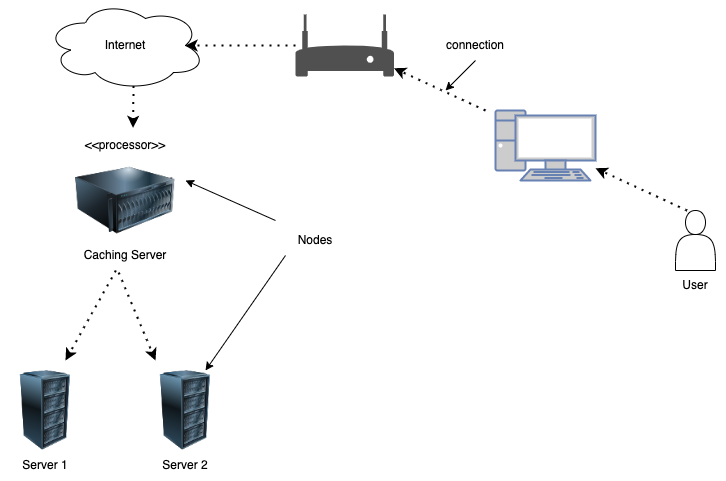
The draw.io diagram Deployment.drawio.png in Mitansh007/SE, before a commit. Source tidied: cells renumbered, new cells last; positions are measured from the earlier drawing's top-left corner, leaving out a move shared by most shapes.
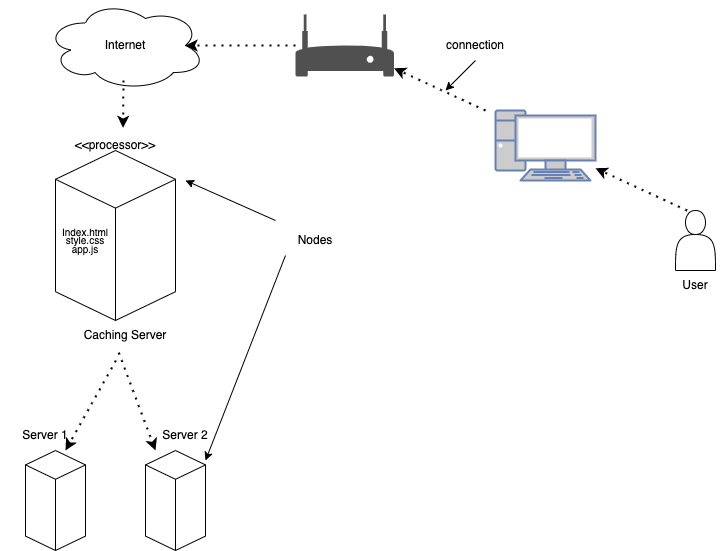
Later version of the same file.

Change to the diagram source:
```diff
@@ -42,33 +42,26 @@
         <mxPoint x="445" y="90" as="targetPoint" />
       </mxGeometry>
     </mxCell>
-    <mxCell id="13" style="image;html=1;image=img/lib/clip_art/computers/Server_128x128.png;strokeWidth=0;" parent="1" vertex="1">
-      <mxGeometry x="75" y="150" width="100" height="100" as="geometry" />
-    </mxCell>
     <mxCell id="14" value="&amp;lt;&amp;lt;processor&amp;gt;&amp;gt;" style="text;html=1;strokeColor=none;fillColor=none;align=center;verticalAlign=middle;whiteSpace=wrap;rounded=0;" parent="1" vertex="1">
-      <mxGeometry x="95" y="130" width="60" height="30" as="geometry" />
+      <mxGeometry x="85" y="130" width="60" height="30" as="geometry" />
     </mxCell>
     <mxCell id="15" value="Caching Server" style="text;html=1;strokeColor=none;fillColor=none;align=center;verticalAlign=middle;whiteSpace=wrap;rounded=0;" parent="1" vertex="1">
-      <mxGeometry x="80" y="240" width="90" height="30" as="geometry" />
+      <mxGeometry x="80" y="320" width="90" height="30" as="geometry" />
     </mxCell>
-    <mxCell id="16" style="endArrow=classic;dashed=1;html=1;dashPattern=1 3;strokeWidth=2;rounded=0;entryX=0.626;entryY=-0.087;entryDx=0;entryDy=0;entryPerimeter=0;startArrow=none;startFill=0;endFill=1;exitX=0.55;exitY=0.95;exitDx=0;exitDy=0;exitPerimeter=0;" parent="1" edge="1" source="2" target="14">
-      <mxGeometry relative="1" as="geometry" />
+    <mxCell id="16" style="endArrow=classic;dashed=1;html=1;dashPattern=1 3;strokeWidth=2;rounded=0;entryX=0.626;entryY=-0.087;entryDx=0;entryDy=0;entryPerimeter=0;startArrow=none;startFill=0;endFill=1;" parent="1" edge="1" target="14">
+      <mxGeometry relative="1" as="geometry">
+        <mxPoint x="123" y="80" as="sourcePoint" />
+      </mxGeometry>
     </mxCell>
-    <mxCell id="17" style="image;html=1;image=img/lib/clip_art/computers/Server_Rack_128x128.png;strokeWidth=0;" parent="1" vertex="1">
-      <mxGeometry x="5" y="370" width="80" height="80" as="geometry" />
-    </mxCell>
-    <mxCell id="18" style="image;html=1;image=img/lib/clip_art/computers/Server_Rack_128x128.png;strokeWidth=0;" parent="1" vertex="1">
-      <mxGeometry x="145" y="370" width="80" height="80" as="geometry" />
-    </mxCell>
     <mxCell id="19" style="endArrow=classic;dashed=1;html=1;dashPattern=1 3;strokeWidth=2;rounded=0;startArrow=none;startFill=0;endFill=1;exitX=0.55;exitY=0.95;exitDx=0;exitDy=0;exitPerimeter=0;" parent="1" edge="1">
       <mxGeometry relative="1" as="geometry">
-        <mxPoint x="115.4" y="270" as="sourcePoint" />
-        <mxPoint x="65" y="360" as="targetPoint" />
+        <mxPoint x="115.4" y="360" as="sourcePoint" />
+        <mxPoint x="65" y="450" as="targetPoint" />
       </mxGeometry>
     </mxCell>
     <mxCell id="20" style="endArrow=classic;dashed=1;html=1;dashPattern=1 3;strokeWidth=2;rounded=0;startArrow=none;startFill=0;endFill=1;exitX=0.425;exitY=1.071;exitDx=0;exitDy=0;exitPerimeter=0;" parent="1" edge="1" source="15">
       <mxGeometry relative="1" as="geometry">
-        <mxPoint x="155" y="360" as="targetPoint" />
+        <mxPoint x="155" y="450" as="targetPoint" />
       </mxGeometry>
     </mxCell>
     <mxCell id="21" value="Nodes" style="text;html=1;strokeColor=none;fillColor=none;align=center;verticalAlign=middle;whiteSpace=wrap;rounded=0;" parent="1" vertex="1">
@@ -80,14 +73,28 @@
         <mxPoint x="185" y="180" as="targetPoint" />
       </mxGeometry>
     </mxCell>
-    <mxCell id="23" style="endArrow=classic;html=1;rounded=0;exitX=0;exitY=1;exitDx=0;exitDy=0;entryX=0.75;entryY=0;entryDx=0;entryDy=0;" parent="1" edge="1" source="21" target="18">
-      <mxGeometry relative="1" as="geometry" />
+    <mxCell id="23" style="endArrow=classic;html=1;rounded=0;exitX=0;exitY=1;exitDx=0;exitDy=0;entryX=0.75;entryY=0;entryDx=0;entryDy=0;" parent="1" edge="1" source="21">
+      <mxGeometry relative="1" as="geometry">
+        <mxPoint x="205" y="460" as="targetPoint" />
+      </mxGeometry>
     </mxCell>
     <mxCell id="24" value="Server 1" style="text;html=1;strokeColor=none;fillColor=none;align=center;verticalAlign=middle;whiteSpace=wrap;rounded=0;" parent="1" vertex="1">
-      <mxGeometry y="450" width="90" height="30" as="geometry" />
+      <mxGeometry y="420" width="90" height="30" as="geometry" />
     </mxCell>
     <mxCell id="25" value="Server 2" style="text;html=1;strokeColor=none;fillColor=none;align=center;verticalAlign=middle;whiteSpace=wrap;rounded=0;" parent="1" vertex="1">
-      <mxGeometry x="140" y="450" width="90" height="30" as="geometry" />
+      <mxGeometry x="140" y="420" width="90" height="30" as="geometry" />
     </mxCell>
+    <mxCell id="26" style="html=1;shape=mxgraph.basic.isocube;isoAngle=15;" parent="1" vertex="1">
+      <mxGeometry x="55" y="150" width="120" height="170" as="geometry" />
+    </mxCell>
+    <mxCell id="27" value="&lt;p style=&quot;line-height: 70%;&quot;&gt;&lt;font style=&quot;font-size: 10px;&quot;&gt;Index.html&lt;br&gt;style.css&lt;br&gt;app.js&lt;/font&gt;&lt;/p&gt;" style="text;html=1;strokeColor=none;fillColor=none;align=center;verticalAlign=middle;whiteSpace=wrap;rounded=0;rotation=0;" parent="1" vertex="1">
+      <mxGeometry x="55" y="235" width="60" height="10" as="geometry" />
+    </mxCell>
+    <mxCell id="28" style="html=1;shape=mxgraph.basic.isocube;isoAngle=15;fontSize=10;" parent="1" vertex="1">
+      <mxGeometry x="145" y="450" width="60" height="100" as="geometry" />
+    </mxCell>
+    <mxCell id="29" style="html=1;shape=mxgraph.basic.isocube;isoAngle=15;fontSize=10;" parent="1" vertex="1">
+      <mxGeometry x="25" y="450" width="60" height="100" as="geometry" />
+    </mxCell>
   </root>
 </mxGraphModel>
```
